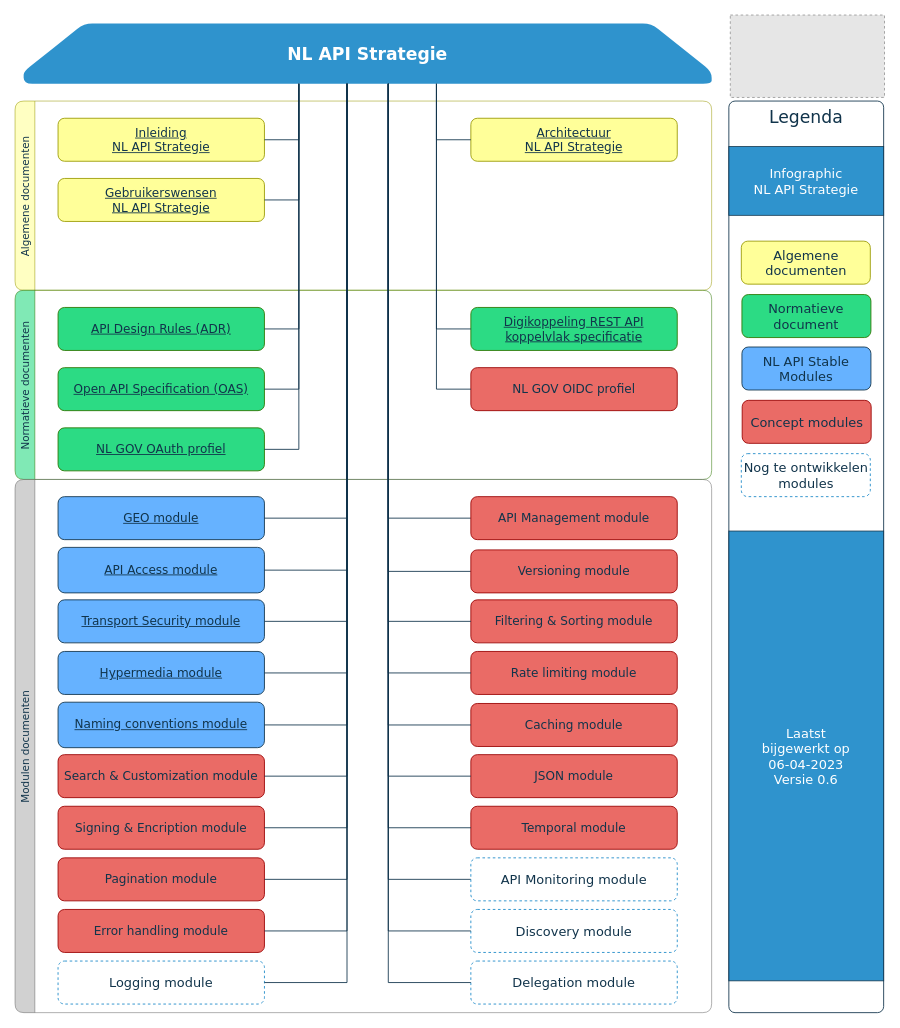
Above: page "versie 07" (1 of 2) of media/API infographic.drawio in Geonovum/KP-APIs (draw.io), before the change. Source tidied: cells renumbered, new cells numbered last; positions are measured from the earlier drawing's top-left corner, leaving out a move shared by most shapes. Both pictures are drawn from the tidied source at 86%, with x=0, y=0 at pixel (15, 15). Pictures stored in the file or linked from it are replaced by grey dashed boxes.
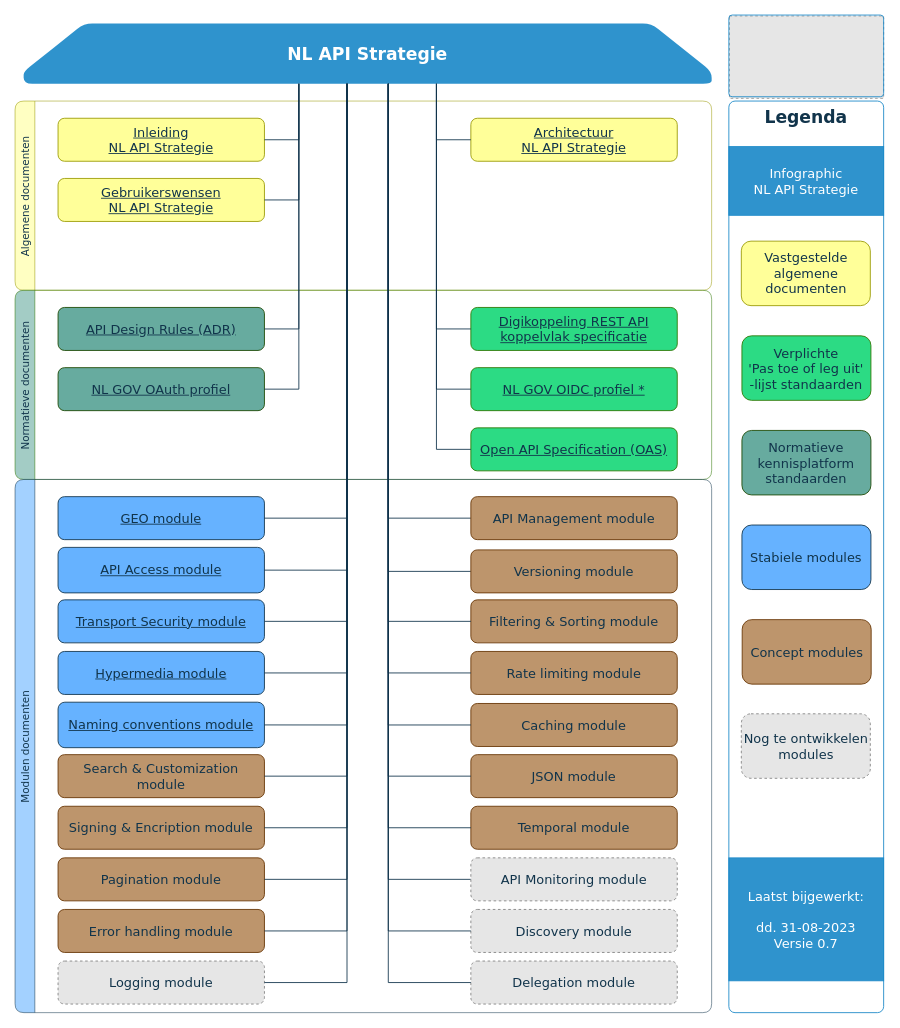
The same diagram, later.

Commit message (it also covers changes not shown here):
bijgewerkte infographic v07

The change refers to these unchanged cells:
```xml
<mxCell id="8" value="Algemene documenten" style="swimlane;horizontal=0;rounded=1;strokeColor=#999900;fillColor=#FFFF99;fontFamily=Verdana;fontStyle=0;opacity=60;fontColor=#11344B;fontSize=12;" parent="1" vertex="1">
  <mxGeometry y="100" width="810" height="220" as="geometry" />
</mxCell>
<mxCell id="19" value="&lt;span&gt;NL API Strategie&lt;/span&gt;" style="shape=loopLimit;whiteSpace=wrap;html=1;fontSize=20;fillColor=#1988C8;fontFamily=Verdana;fontStyle=1;size=140;fontColor=#FFFFFF;strokeColor=none;rounded=1;points=[[0,0,0,0,0],[0,0.26,0,0,0],[0,0.5,0,0,0],[0,0.74,0,0,0],[0,1,0,0,0],[0.07,1,0,0,0],[0.13,1,0,0,0],[0.2,1,0,0,0],[0.25,0,0,0,0],[0.25,1,0,0,0],[0.27,1,0,0,0],[0.33,1,0,0,0],[0.4,1,0,0,0],[0.47,1,0,0,0],[0.5,0,0,0,0],[0.5,1,0,0,0],[0.53,1,0,0,0],[0.6,1,0,0,0],[0.67,1,0,0,0],[0.73,1,0,0,0],[0.75,0,0,0,0],[0.75,1,0,0,0],[0.8,1,0,0,0],[0.87,1,0,0,0],[0.93,1,0,0,0],[1,0,0,0,0],[1,0.26,0,0,0],[1,0.5,0,0,0],[1,0.76,0,0,0],[1,1,0,0,0]];opacity=90;shadow=0;sketch=0;" parent="1" vertex="1">
  <mxGeometry x="10" y="9.9" width="800" height="70" as="geometry" />
</mxCell>
```

Change to the diagram source:
```diff
@@
-    <mxCell id="6" value="&lt;span style=&quot;font-size: 20px;&quot;&gt;&lt;font style=&quot;&quot;&gt;Legenda&lt;/font&gt;&lt;/span&gt;" style="rounded=1;whiteSpace=wrap;html=1;fontSize=14;verticalAlign=top;fontFamily=Verdana;fontStyle=0;fontColor=#11344B;strokeColor=#11344B;arcSize=4;" parent="1" vertex="1">
+    <mxCell id="6" value="&lt;span style=&quot;font-size: 20px;&quot;&gt;&lt;font style=&quot;font-size: 20px;&quot;&gt;Legenda&lt;/font&gt;&lt;/span&gt;" style="rounded=1;whiteSpace=wrap;html=1;fontSize=20;verticalAlign=top;fontFamily=Verdana;fontStyle=1;fontColor=#11344B;strokeColor=#1988C8;arcSize=4;" parent="1" vertex="1">
       <mxGeometry x="830" y="100" width="180" height="1060" as="geometry" />
     </mxCell>
-    <mxCell id="7" value="Normatieve&lt;br style=&quot;font-size: 15px;&quot;&gt;document" style="rounded=1;whiteSpace=wrap;html=1;fontSize=15;fontStyle=0;fillColor=#2CDB84;strokeColor=#2D7600;fontColor=#11344B;fontFamily=Verdana;" parent="1" vertex="1">
-      <mxGeometry x="845.2" y="325" width="150" height="50" as="geometry" />
+    <mxCell id="7" value="Verplichte&lt;br&gt;'Pas toe of leg uit' &lt;br&gt;-lijst standaarden" style="rounded=1;whiteSpace=wrap;html=1;fontSize=15;fontStyle=0;fillColor=#2CDB84;strokeColor=#2D7600;fontColor=#11344B;fontFamily=Verdana;" parent="1" vertex="1">
+      <mxGeometry x="845.2" y="373" width="150" height="75" as="geometry" />
     </mxCell>
@@
-    <mxCell id="9" value="Inleiding &lt;br&gt;NL API Strategie" style="rounded=1;whiteSpace=wrap;html=1;fontSize=14;fontStyle=4;fillColor=#FFFF99;strokeColor=#999900;fontColor=#11344B;fontFamily=Verdana;" parent="8" vertex="1">
+    <mxCell id="9" value="Inleiding &lt;br style=&quot;font-size: 15px;&quot;&gt;NL API Strategie" style="rounded=1;whiteSpace=wrap;html=1;fontSize=15;fontStyle=4;fillColor=#FFFF99;strokeColor=#999900;fontColor=#11344B;fontFamily=Verdana;" parent="8" vertex="1">
       <mxGeometry x="50" y="20" width="240" height="50" as="geometry" />
     </mxCell>
-    <mxCell id="10" value="Gebruikerswensen &lt;br&gt;NL API Strategie" style="rounded=1;whiteSpace=wrap;html=1;fontSize=14;fontStyle=4;fillColor=#FFFF99;strokeColor=#999900;fontColor=#11344B;fontFamily=Verdana;" parent="8" vertex="1">
+    <mxCell id="10" value="Gebruikerswensen &lt;br style=&quot;font-size: 15px;&quot;&gt;NL API Strategie" style="rounded=1;whiteSpace=wrap;html=1;fontSize=15;fontStyle=4;fillColor=#FFFF99;strokeColor=#999900;fontColor=#11344B;fontFamily=Verdana;" parent="8" vertex="1">
       <mxGeometry x="50" y="90" width="240" height="50" as="geometry" />
     </mxCell>
-    <mxCell id="11" value="Architectuur &lt;br&gt;NL API Strategie" style="rounded=1;whiteSpace=wrap;html=1;fontSize=14;fontStyle=4;fillColor=#FFFF99;strokeColor=#999900;fontColor=#11344B;fontFamily=Verdana;" parent="8" vertex="1">
+    <mxCell id="11" value="Architectuur &lt;br style=&quot;font-size: 15px;&quot;&gt;NL API Strategie" style="rounded=1;whiteSpace=wrap;html=1;fontSize=15;fontStyle=4;fillColor=#FFFF99;strokeColor=#999900;fontColor=#11344B;fontFamily=Verdana;" parent="8" vertex="1">
       <mxGeometry x="530" y="20" width="240" height="50" as="geometry" />
     </mxCell>
-    <mxCell id="12" value="Normatieve documenten" style="swimlane;horizontal=0;rounded=1;strokeColor=#2D7600;fillColor=#2CDB84;fontFamily=Verdana;fontStyle=0;opacity=60;fontColor=#11344B;fontSize=12;" parent="1" vertex="1">
+    <mxCell id="12" value="Normatieve documenten" style="swimlane;horizontal=0;rounded=1;strokeColor=#2D7600;fillColor=#67AB9F;fontFamily=Verdana;fontStyle=0;opacity=60;fontColor=#11344B;fontSize=12;" parent="1" vertex="1">
       <mxGeometry y="320" width="810" height="220" as="geometry" />
     </mxCell>
-    <mxCell id="13" value="API Design Rules (ADR)" style="rounded=1;whiteSpace=wrap;html=1;fontSize=14;fontStyle=4;fillColor=#2CDB84;strokeColor=#2D7600;fontColor=#11344B;fontFamily=Verdana;" parent="12" vertex="1">
+    <mxCell id="13" value="API Design Rules (ADR)" style="rounded=1;whiteSpace=wrap;html=1;fontSize=15;fontStyle=4;fillColor=#67AB9F;strokeColor=#1B4700;fontColor=#11344B;fontFamily=Verdana;" parent="12" vertex="1">
       <mxGeometry x="50" y="20" width="240" height="50" as="geometry" />
     </mxCell>
-    <mxCell id="14" value="Open API Specification (OAS)" style="rounded=1;whiteSpace=wrap;html=1;fontSize=14;fontStyle=4;fillColor=#2CDB84;strokeColor=#2D7600;fontColor=#11344B;fontFamily=Verdana;" parent="12" vertex="1">
-      <mxGeometry x="50" y="90" width="240" height="50" as="geometry" />
+    <mxCell id="14" value="Open API Specification (OAS)" style="rounded=1;whiteSpace=wrap;html=1;fontSize=15;fontStyle=4;fillColor=#2CDB84;strokeColor=#2D7600;fontColor=#11344B;fontFamily=Verdana;" parent="12" vertex="1">
+      <mxGeometry x="530" y="160" width="240" height="50" as="geometry" />
     </mxCell>
-    <mxCell id="15" value="NL GOV OAuth profiel" style="rounded=1;whiteSpace=wrap;html=1;fontSize=14;fontStyle=4;fillColor=#2CDB84;strokeColor=#2D7600;fontColor=#11344B;fontFamily=Verdana;" parent="12" vertex="1">
-      <mxGeometry x="50" y="160" width="240" height="50" as="geometry" />
+    <mxCell id="15" value="NL GOV OAuth profiel" style="rounded=1;whiteSpace=wrap;html=1;fontSize=15;fontStyle=4;fillColor=#67AB9F;strokeColor=#1B4700;fontColor=#11344B;fontFamily=Verdana;" parent="12" vertex="1">
+      <mxGeometry x="50" y="90" width="240" height="50" as="geometry" />
     </mxCell>
-    <mxCell id="16" value="Digikoppeling REST API koppelvlak specificatie" style="rounded=1;whiteSpace=wrap;html=1;fontSize=14;fontStyle=4;fillColor=#2CDB84;strokeColor=#2D7600;fontColor=#11344B;fontFamily=Verdana;" parent="12" vertex="1">
+    <mxCell id="16" value="Digikoppeling REST API koppelvlak specificatie" style="rounded=1;whiteSpace=wrap;html=1;fontSize=15;fontStyle=4;fillColor=#2CDB84;strokeColor=#2D7600;fontColor=#11344B;fontFamily=Verdana;" parent="12" vertex="1">
       <mxGeometry x="530" y="20" width="240" height="50" as="geometry" />
     </mxCell>
-    <mxCell id="17" value="NL GOV OIDC profiel" style="rounded=1;whiteSpace=wrap;html=1;fontSize=14;fontStyle=0;fillColor=#EA6B66;strokeColor=#990000;fontColor=#11344B;fontFamily=Verdana;" parent="12" vertex="1">
+    <mxCell id="17" value="NL GOV OIDC profiel *" style="rounded=1;whiteSpace=wrap;html=1;fontSize=15;fontStyle=4;fillColor=#2CDB84;strokeColor=#2D7600;fontColor=#11344B;fontFamily=Verdana;" parent="12" vertex="1">
       <mxGeometry x="530" y="90" width="240" height="50" as="geometry" />
     </mxCell>
-    <mxCell id="18" style="fillColor=#E6E6E6;strokeColor=#999999;dashed=1;fontFamily=Verdana;fontStyle=0;" parent="1" vertex="1">
-      <mxGeometry x="831.7" width="179.3" height="95.8" as="geometry" />
-    </mxCell>
@@
-    <mxCell id="20" value="Modulen documenten" style="swimlane;horizontal=0;rounded=1;strokeColor=#666666;fillColor=#B3B3B3;fontFamily=Verdana;fontStyle=0;opacity=60;fontColor=#11344B;fontSize=12;" parent="1" vertex="1">
+    <mxCell id="20" value="Modulen documenten" style="swimlane;horizontal=0;rounded=1;strokeColor=#11344B;fillColor=#66B2FF;fontFamily=Verdana;fontStyle=0;opacity=60;fontColor=#11344B;fontSize=12;" parent="1" vertex="1">
       <mxGeometry y="540" width="810" height="620" as="geometry" />
     </mxCell>
-    <mxCell id="21" value="GEO module" style="rounded=1;whiteSpace=wrap;html=1;fontSize=14;fontStyle=4;fillColor=#66B2FF;strokeColor=#11344B;fontColor=#11344B;fontFamily=Verdana;" parent="20" vertex="1">
+    <mxCell id="21" value="GEO module" style="rounded=1;whiteSpace=wrap;html=1;fontSize=15;fontStyle=4;fillColor=#66B2FF;strokeColor=#11344B;fontColor=#11344B;fontFamily=Verdana;" parent="20" vertex="1">
       <mxGeometry x="50" y="20" width="240" height="50" as="geometry" />
     </mxCell>
-    <mxCell id="22" value="Transport Security module&lt;br&gt;" style="rounded=1;whiteSpace=wrap;html=1;fontSize=14;fontStyle=4;fillColor=#66B2FF;strokeColor=#11344B;fontColor=#11344B;fontFamily=Verdana;" parent="20" vertex="1">
+    <mxCell id="22" value="Transport Security module&lt;br style=&quot;font-size: 15px;&quot;&gt;" style="rounded=1;whiteSpace=wrap;html=1;fontSize=15;fontStyle=4;fillColor=#66B2FF;strokeColor=#11344B;fontColor=#11344B;fontFamily=Verdana;" parent="20" vertex="1">
       <mxGeometry x="50" y="140" width="240" height="50" as="geometry" />
     </mxCell>
-    <mxCell id="23" value="API Management module" style="rounded=1;whiteSpace=wrap;html=1;fontSize=14;fontStyle=0;fillColor=#EA6B66;strokeColor=#990000;fontColor=#11344B;fontFamily=Verdana;" parent="20" vertex="1">
+    <mxCell id="23" value="API Management module" style="rounded=1;whiteSpace=wrap;html=1;fontSize=15;fontStyle=0;fillColor=#bd956c;strokeColor=#663300;fontColor=#11344B;fontFamily=Verdana;" parent="20" vertex="1">
       <mxGeometry x="530" y="20" width="240" height="50" as="geometry" />
     </mxCell>
-    <mxCell id="24" value="Versioning module" style="rounded=1;whiteSpace=wrap;html=1;fontSize=14;fontStyle=0;fillColor=#EA6B66;strokeColor=#990000;fontColor=#11344B;fontFamily=Verdana;" parent="20" vertex="1">
+    <mxCell id="24" value="Versioning module" style="rounded=1;whiteSpace=wrap;html=1;fontSize=15;fontStyle=0;fillColor=#bd956c;strokeColor=#663300;fontColor=#11344B;fontFamily=Verdana;" parent="20" vertex="1">
       <mxGeometry x="530" y="81.9" width="240" height="50" as="geometry" />
     </mxCell>
-    <mxCell id="25" value="API Access module" style="rounded=1;whiteSpace=wrap;html=1;fontSize=14;fontStyle=4;fillColor=#66B2FF;strokeColor=#11344B;fontColor=#11344B;fontFamily=Verdana;" parent="20" vertex="1">
+    <mxCell id="25" value="API Access module" style="rounded=1;whiteSpace=wrap;html=1;fontSize=15;fontStyle=4;fillColor=#66B2FF;strokeColor=#11344B;fontColor=#11344B;fontFamily=Verdana;" parent="20" vertex="1">
       <mxGeometry x="50" y="79" width="240" height="52.9" as="geometry" />
     </mxCell>
-    <mxCell id="26" value="Signing &amp;amp; Encription module" style="rounded=1;whiteSpace=wrap;html=1;fontSize=14;fontStyle=0;fillColor=#EA6B66;strokeColor=#990000;fontColor=#11344B;fontFamily=Verdana;" parent="20" vertex="1">
+    <mxCell id="26" value="Signing &amp;amp; Encription module" style="rounded=1;whiteSpace=wrap;html=1;fontSize=15;fontStyle=0;fillColor=#bd956c;strokeColor=#663300;fontColor=#11344B;fontFamily=Verdana;" parent="20" vertex="1">
       <mxGeometry x="50" y="380" width="240" height="50" as="geometry" />
     </mxCell>
-    <mxCell id="27" value="Naming conventions module" style="rounded=1;whiteSpace=wrap;html=1;fontSize=14;fontStyle=4;fillColor=#66B2FF;strokeColor=#11344B;fontColor=#11344B;fontFamily=Verdana;" parent="20" vertex="1">
+    <mxCell id="27" value="Naming conventions module" style="rounded=1;whiteSpace=wrap;html=1;fontSize=15;fontStyle=4;fillColor=#66B2FF;strokeColor=#11344B;fontColor=#11344B;fontFamily=Verdana;" parent="20" vertex="1">
       <mxGeometry x="50" y="259" width="240" height="52.9" as="geometry" />
     </mxCell>
-    <mxCell id="28" value="JSON module" style="rounded=1;whiteSpace=wrap;html=1;fontSize=14;fontStyle=0;fillColor=#EA6B66;strokeColor=#990000;fontColor=#11344B;fontFamily=Verdana;" parent="20" vertex="1">
+    <mxCell id="28" value="JSON module" style="rounded=1;whiteSpace=wrap;html=1;fontSize=15;fontStyle=0;fillColor=#bd956c;strokeColor=#663300;fontColor=#11344B;fontFamily=Verdana;" parent="20" vertex="1">
       <mxGeometry x="530" y="320" width="240" height="50" as="geometry" />
     </mxCell>
-    <mxCell id="29" value="Filtering &amp;amp; Sorting module" style="rounded=1;whiteSpace=wrap;html=1;fontSize=14;fontStyle=0;fillColor=#EA6B66;strokeColor=#990000;fontColor=#11344B;fontFamily=Verdana;" parent="20" vertex="1">
+    <mxCell id="29" value="Filtering &amp;amp; Sorting module" style="rounded=1;whiteSpace=wrap;html=1;fontSize=15;fontStyle=0;fillColor=#bd956c;strokeColor=#663300;fontColor=#11344B;fontFamily=Verdana;" parent="20" vertex="1">
       <mxGeometry x="530" y="140" width="240" height="50" as="geometry" />
     </mxCell>
-    <mxCell id="30" value="Search &amp;amp; Customization module" style="rounded=1;whiteSpace=wrap;html=1;fontSize=14;fontStyle=0;fillColor=#EA6B66;strokeColor=#990000;fontColor=#11344B;fontFamily=Verdana;" parent="20" vertex="1">
+    <mxCell id="30" value="Search &amp;amp; Customization module" style="rounded=1;whiteSpace=wrap;html=1;fontSize=15;fontStyle=0;fillColor=#bd956c;strokeColor=#663300;fontColor=#11344B;fontFamily=Verdana;" parent="20" vertex="1">
       <mxGeometry x="50" y="320" width="240" height="50" as="geometry" />
     </mxCell>
-    <mxCell id="31" value="Temporal module" style="rounded=1;whiteSpace=wrap;html=1;fontSize=14;fontStyle=0;fillColor=#EA6B66;strokeColor=#990000;fontColor=#11344B;fontFamily=Verdana;" parent="20" vertex="1">
+    <mxCell id="31" value="Temporal module" style="rounded=1;whiteSpace=wrap;html=1;fontSize=15;fontStyle=0;fillColor=#bd956c;strokeColor=#663300;fontColor=#11344B;fontFamily=Verdana;" parent="20" vertex="1">
       <mxGeometry x="530" y="380" width="240" height="50" as="geometry" />
     </mxCell>
-    <mxCell id="32" value="Hypermedia module" style="rounded=1;whiteSpace=wrap;html=1;fontSize=14;fontStyle=4;fillColor=#66B2FF;strokeColor=#11344B;fontColor=#11344B;fontFamily=Verdana;" parent="20" vertex="1">
+    <mxCell id="32" value="Hypermedia module" style="rounded=1;whiteSpace=wrap;html=1;fontSize=15;fontStyle=4;fillColor=#66B2FF;strokeColor=#11344B;fontColor=#11344B;fontFamily=Verdana;" parent="20" vertex="1">
       <mxGeometry x="50" y="200" width="240" height="50" as="geometry" />
     </mxCell>
-    <mxCell id="33" value="Pagination module" style="rounded=1;whiteSpace=wrap;html=1;fontSize=14;fontStyle=0;fillColor=#EA6B66;strokeColor=#990000;fontColor=#11344B;fontFamily=Verdana;" parent="20" vertex="1">
+    <mxCell id="33" value="Pagination module" style="rounded=1;whiteSpace=wrap;html=1;fontSize=15;fontStyle=0;fillColor=#bd956c;strokeColor=#663300;fontColor=#11344B;fontFamily=Verdana;" parent="20" vertex="1">
       <mxGeometry x="50" y="440" width="240" height="50" as="geometry" />
     </mxCell>
-    <mxCell id="34" value="Caching module" style="rounded=1;whiteSpace=wrap;html=1;fontSize=14;fontStyle=0;fillColor=#EA6B66;strokeColor=#990000;fontColor=#11344B;fontFamily=Verdana;" parent="20" vertex="1">
+    <mxCell id="34" value="Caching module" style="rounded=1;whiteSpace=wrap;html=1;fontSize=15;fontStyle=0;fillColor=#bd956c;strokeColor=#663300;fontColor=#11344B;fontFamily=Verdana;" parent="20" vertex="1">
       <mxGeometry x="530" y="260.5" width="240" height="50" as="geometry" />
     </mxCell>
-    <mxCell id="35" value="Rate limiting module" style="rounded=1;whiteSpace=wrap;html=1;fontSize=14;fontStyle=0;fillColor=#EA6B66;strokeColor=#990000;fontColor=#11344B;fontFamily=Verdana;" parent="20" vertex="1">
+    <mxCell id="35" value="Rate limiting module" style="rounded=1;whiteSpace=wrap;html=1;fontSize=15;fontStyle=0;fillColor=#bd956c;strokeColor=#663300;fontColor=#11344B;fontFamily=Verdana;" parent="20" vertex="1">
       <mxGeometry x="530" y="200" width="240" height="50" as="geometry" />
     </mxCell>
-    <mxCell id="36" value="Error handling module" style="rounded=1;whiteSpace=wrap;html=1;fontSize=14;fontStyle=0;fillColor=#EA6B66;strokeColor=#990000;fontColor=#11344B;fontFamily=Verdana;" parent="20" vertex="1">
+    <mxCell id="36" value="Error handling module" style="rounded=1;whiteSpace=wrap;html=1;fontSize=15;fontStyle=0;fillColor=#bd956c;strokeColor=#663300;fontColor=#11344B;fontFamily=Verdana;" parent="20" vertex="1">
       <mxGeometry x="50" y="500" width="240" height="50" as="geometry" />
     </mxCell>
-    <mxCell id="37" value="Delegation module" style="rounded=1;whiteSpace=wrap;html=1;fontSize=15;fontStyle=0;fillColor=none;strokeColor=#1988C8;fontColor=#11344B;fontFamily=Verdana;dashed=1;" parent="20" vertex="1">
+    <mxCell id="37" value="Delegation module" style="rounded=1;whiteSpace=wrap;html=1;fontSize=15;fontStyle=0;fillColor=#E6E6E6;strokeColor=#808080;fontColor=#11344B;fontFamily=Verdana;dashed=1;" parent="20" vertex="1">
       <mxGeometry x="530" y="560" width="240" height="50" as="geometry" />
     </mxCell>
-    <mxCell id="38" value="Logging module" style="rounded=1;whiteSpace=wrap;html=1;fontSize=15;fontStyle=0;fillColor=none;strokeColor=#1988C8;fontColor=#11344B;fontFamily=Verdana;dashed=1;" parent="20" vertex="1">
+    <mxCell id="38" value="Logging module" style="rounded=1;whiteSpace=wrap;html=1;fontSize=15;fontStyle=0;fillColor=#E6E6E6;strokeColor=#808080;fontColor=#11344B;fontFamily=Verdana;dashed=1;" parent="20" vertex="1">
       <mxGeometry x="50" y="560" width="240" height="50" as="geometry" />
     </mxCell>
-    <mxCell id="39" value="API Monitoring module" style="rounded=1;whiteSpace=wrap;html=1;fontSize=15;fontStyle=0;fillColor=none;strokeColor=#1988C8;fontColor=#11344B;fontFamily=Verdana;dashed=1;" parent="20" vertex="1">
+    <mxCell id="39" value="API Monitoring module" style="rounded=1;whiteSpace=wrap;html=1;fontSize=15;fontStyle=0;fillColor=#E6E6E6;strokeColor=#808080;fontColor=#11344B;fontFamily=Verdana;dashed=1;" parent="20" vertex="1">
       <mxGeometry x="530" y="440" width="240" height="50" as="geometry" />
     </mxCell>
-    <mxCell id="40" value="Discovery module" style="rounded=1;whiteSpace=wrap;html=1;fontSize=15;fontStyle=0;fillColor=none;strokeColor=#1988C8;fontColor=#11344B;fontFamily=Verdana;dashed=1;" parent="20" vertex="1">
+    <mxCell id="40" value="Discovery module" style="rounded=1;whiteSpace=wrap;html=1;fontSize=15;fontStyle=0;fillColor=#E6E6E6;strokeColor=#808080;fontColor=#11344B;fontFamily=Verdana;dashed=1;" parent="20" vertex="1">
       <mxGeometry x="530" y="500" width="240" height="50" as="geometry" />
     </mxCell>
-    <mxCell id="41" value="Algemene documenten" style="rounded=1;whiteSpace=wrap;html=1;fontSize=15;fontStyle=0;fillColor=#FFFF99;strokeColor=#999900;fontColor=#11344B;fontFamily=Verdana;" parent="1" vertex="1">
-      <mxGeometry x="844.5" y="262.9" width="150" height="50" as="geometry" />
+    <mxCell id="41" value="Vastgestelde algemene documenten" style="rounded=1;whiteSpace=wrap;html=1;fontSize=15;fontStyle=0;fillColor=#FFFF99;strokeColor=#999900;fontColor=#11344B;fontFamily=Verdana;" parent="1" vertex="1">
+      <mxGeometry x="844.5" y="262.9" width="150" height="75" as="geometry" />
     </mxCell>
-    <mxCell id="42" value="Concept modules" style="rounded=1;whiteSpace=wrap;html=1;fontSize=15;fontStyle=0;fillColor=#EA6B66;strokeColor=#990000;fontColor=#11344B;fontFamily=Verdana;" parent="1" vertex="1">
-      <mxGeometry x="845.5" y="448" width="150" height="50" as="geometry" />
+    <mxCell id="42" value="Concept modules" style="rounded=1;whiteSpace=wrap;html=1;fontSize=15;fontStyle=0;fillColor=#bd956c;strokeColor=#663300;fontColor=#11344B;fontFamily=Verdana;" parent="1" vertex="1">
+      <mxGeometry x="845.5" y="703" width="150" height="75" as="geometry" />
     </mxCell>
-    <mxCell id="43" value="NL API Stable Modules" style="rounded=1;whiteSpace=wrap;html=1;fontSize=15;fontStyle=0;fillColor=#66B2FF;strokeColor=#11344B;fontColor=#11344B;fontFamily=Verdana;" parent="1" vertex="1">
-      <mxGeometry x="845.2" y="386" width="150" height="50" as="geometry" />
+    <mxCell id="43" value="Stabiele modules" style="rounded=1;whiteSpace=wrap;html=1;fontSize=15;fontStyle=0;fillColor=#66B2FF;strokeColor=#11344B;fontColor=#11344B;fontFamily=Verdana;" parent="1" vertex="1">
+      <mxGeometry x="845.2" y="593" width="150" height="75" as="geometry" />
     </mxCell>
@@
-    <mxCell id="47" style="endArrow=none;html=1;rounded=0;fontFamily=Verdana;fontColor=#11344B;strokeColor=#11344B;entryX=0.4;entryY=1;entryDx=0;entryDy=0;entryPerimeter=0;exitX=1;exitY=0.5;exitDx=0;exitDy=0;edgeStyle=orthogonalEdgeStyle;" parent="1" edge="1" source="14" target="19">
+    <mxCell id="47" style="endArrow=none;html=1;rounded=0;fontFamily=Verdana;fontColor=#11344B;strokeColor=#11344B;entryX=0.6;entryY=1;entryDx=0;entryDy=0;entryPerimeter=0;edgeStyle=orthogonalEdgeStyle;exitX=0;exitY=0.5;exitDx=0;exitDy=0;" parent="1" edge="1" source="14" target="19">
       <mxGeometry relative="1" as="geometry" />
     </mxCell>
@@
-    <mxCell id="52" value="Laatst &lt;br&gt;bijgewerkt op &lt;br&gt;06-04-2023&lt;br&gt;Versie 0.6" style="text;html=1;strokeColor=#11344B;fillColor=#1988C8;align=center;verticalAlign=middle;whiteSpace=wrap;rounded=0;fontFamily=Verdana;fontSize=15;fontColor=#FFFFFF;opacity=90;" parent="1" vertex="1">
-      <mxGeometry x="830" y="600" width="180" height="523" as="geometry" />
+    <mxCell id="52" value="Laatst bijgewerkt:&lt;br&gt;&lt;br&gt;dd. 31-08-2023&lt;br&gt;Versie 0.7" style="text;html=1;strokeColor=#1988C8;fillColor=#1988C8;align=center;verticalAlign=middle;whiteSpace=wrap;rounded=0;fontFamily=Verdana;fontSize=15;fontColor=#FFFFFF;opacity=90;" parent="1" vertex="1">
+      <mxGeometry x="830" y="980" width="180" height="143" as="geometry" />
     </mxCell>
-    <mxCell id="53" value="Infographic &lt;br&gt;NL API Strategie&lt;br&gt;" style="text;html=1;strokeColor=#11344B;fillColor=#1988C8;align=center;verticalAlign=middle;whiteSpace=wrap;rounded=0;fontFamily=Verdana;fontSize=15;fontColor=#FFFFFF;opacity=90;" parent="1" vertex="1">
+    <mxCell id="53" value="Infographic &lt;br&gt;NL API Strategie&lt;br&gt;" style="text;html=1;strokeColor=#1988C8;fillColor=#1988C8;align=center;verticalAlign=middle;whiteSpace=wrap;rounded=0;fontFamily=Verdana;fontSize=15;fontColor=#FFFFFF;opacity=90;" parent="1" vertex="1">
       <mxGeometry x="830" y="152.9" width="180" height="80" as="geometry" />
     </mxCell>
@@
-    <mxCell id="58" value="Nog te ontwikkelen modules" style="rounded=1;whiteSpace=wrap;html=1;fontSize=15;fontStyle=0;fillColor=none;strokeColor=#1988C8;fontColor=#11344B;fontFamily=Verdana;dashed=1;" parent="1" vertex="1">
-      <mxGeometry x="844.5" y="510" width="150" height="50" as="geometry" />
+    <mxCell id="58" value="Nog te ontwikkelen modules" style="rounded=1;whiteSpace=wrap;html=1;fontSize=15;fontStyle=0;fillColor=#E6E6E6;strokeColor=#808080;fontColor=#11344B;fontFamily=Verdana;dashed=1;" parent="1" vertex="1">
+      <mxGeometry x="844.5" y="812.5" width="150" height="75" as="geometry" />
     </mxCell>
@@
+    <mxCell id="71" value="Normatieve kennisplatform standaarden" style="rounded=1;whiteSpace=wrap;html=1;fontSize=15;fontStyle=0;fillColor=#67AB9F;strokeColor=#1B4700;fontColor=#11344B;fontFamily=Verdana;" parent="1" vertex="1">
+      <mxGeometry x="845.2" y="483" width="150" height="75" as="geometry" />
+    </mxCell>
+    <mxCell id="72" style="group;" parent="1" vertex="1">
+      <mxGeometry x="830" width="180" height="96.9" as="geometry" />
+    </mxCell>
+    <mxCell id="73" style="fillColor=#E6E6E6;strokeColor=#999999;dashed=1;fontFamily=Verdana;fontStyle=0;" parent="72" vertex="1">
+      <mxGeometry x="0.7" y="1.1" width="179.3" height="95.8" as="geometry" />
+    </mxCell>
+    <mxCell id="74" style="rounded=1;whiteSpace=wrap;html=1;fontSize=20;verticalAlign=top;fontFamily=Verdana;fontStyle=1;fontColor=#11344B;strokeColor=#1988C8;arcSize=4;fillColor=none;" parent="72" vertex="1">
+      <mxGeometry width="180" height="95" as="geometry" />
+    </mxCell>
```
